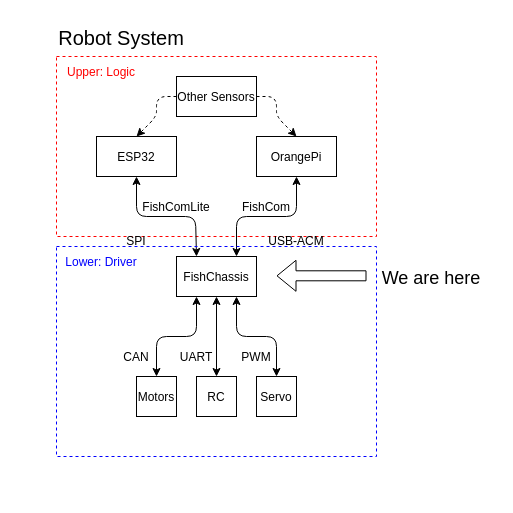
RM-camp-for-high-school-students/Shenzhen_innoX_2024wc_FishChassis keeps this draw.io diagram as Doc/embedded_construction.drawio. Above is the earlier version. Source tidied: cells renumbered, new cells numbered last; positions are measured from the earlier drawing's top-left corner, leaving out a move shared by most shapes. Both pictures are drawn from the tidied source at 100%, with x=0, y=0 at pixel (16, 16).
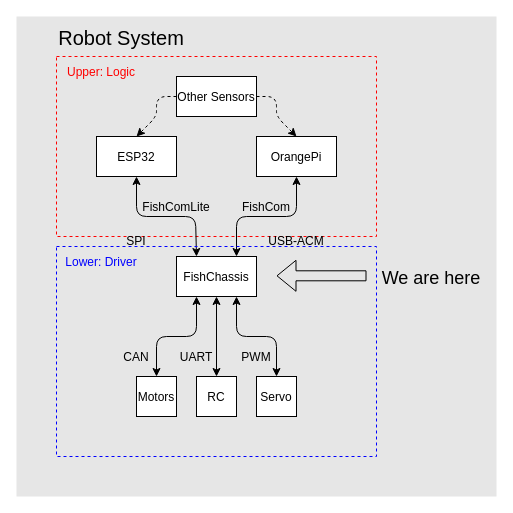
The same diagram, later.

Diff of the diagram source:
```diff
@@
-    <mxCell id="2" style="rounded=0;whiteSpace=wrap;html=1;strokeColor=none;fillColor=#FFFFFF;" parent="1" vertex="1">
+    <mxCell id="2" style="rounded=0;whiteSpace=wrap;html=1;strokeColor=none;fillColor=#E6E6E6;" parent="1" vertex="1">
       <mxGeometry width="480" height="480" as="geometry" />
     </mxCell>
```
